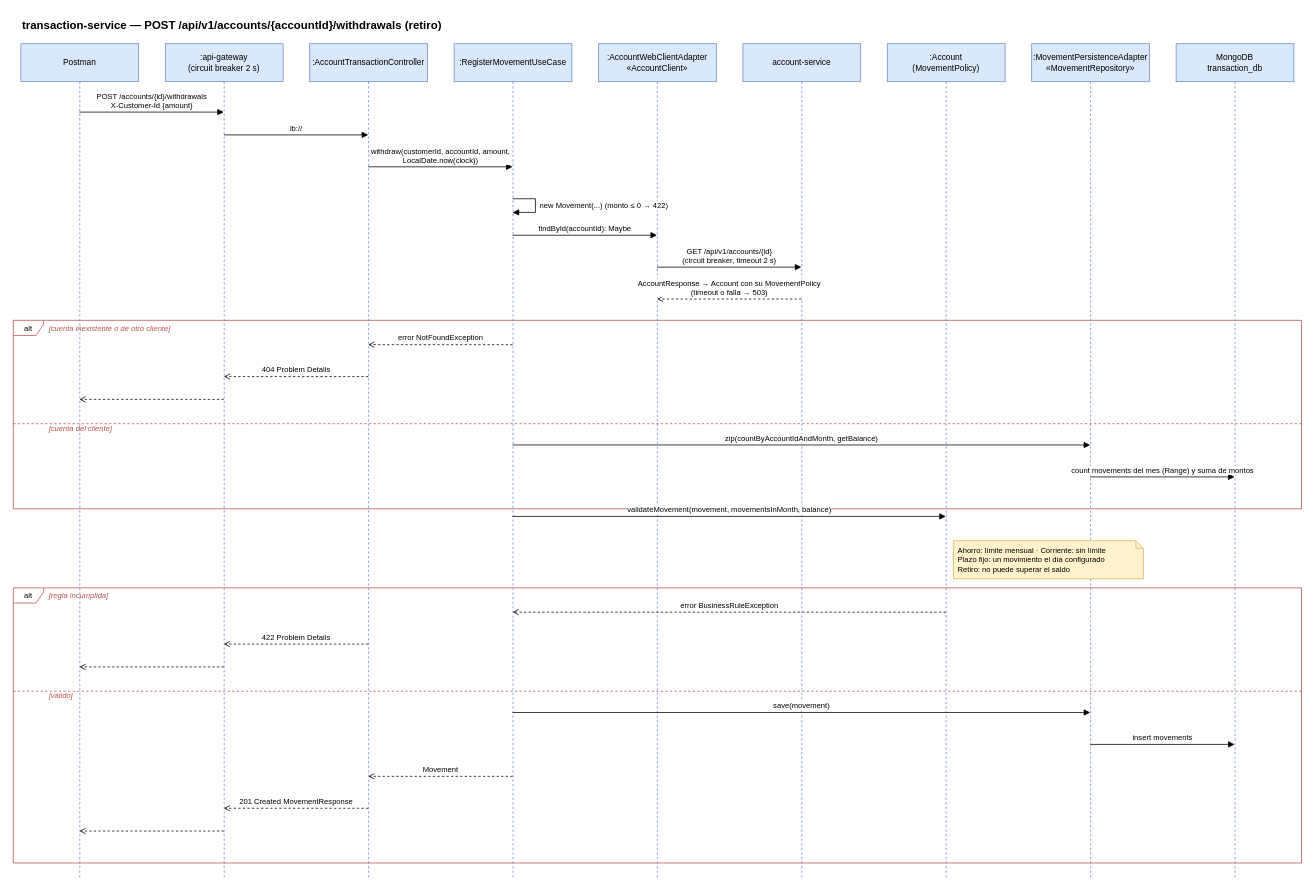
Earlier version of the draw.io diagram page "transaction-service — retiro" (4 of 5) of docs/diagrams/sequence-diagrams.drawio (kuroxbyte/bootcamp-bank-project-docs). Source tidied: cells renumbered, new cells numbered last; positions are measured from the earlier drawing's top-left corner, leaving out a move shared by most shapes. Both pictures are drawn from the tidied source at 76%, with x=0, y=0 at pixel (13, 13).
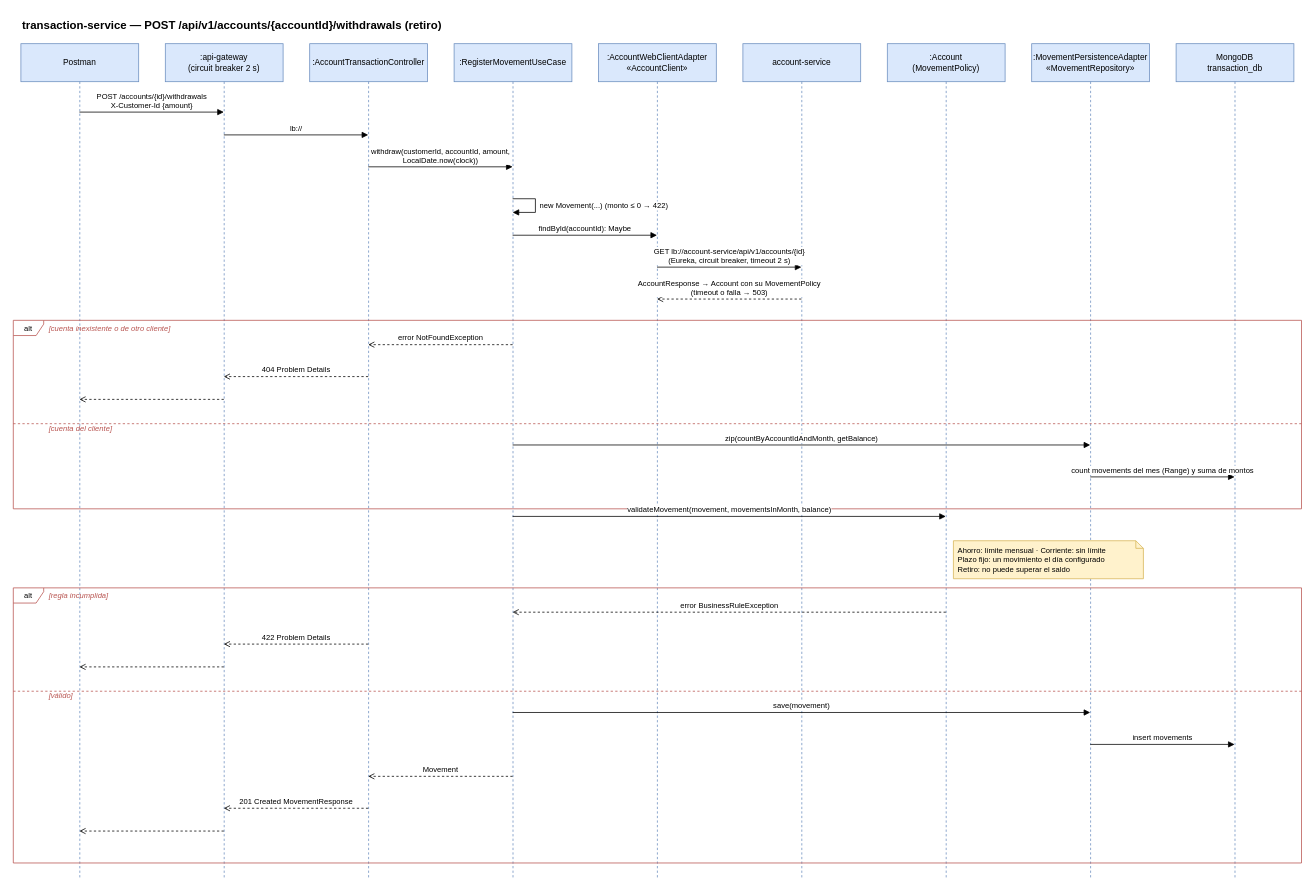
After the change.

Commit message (it also covers changes not shown here):
feat: resolver las llamadas entre servicios por Eureka en docker-compose

The edit, as a diff of the source:
```diff
@@
-    <mxCell id="25" value="GET /api/v1/accounts/{id}&lt;br&gt;(circuit breaker, timeout 2 s)" style="endArrow=block;endFill=1;html=1;rounded=0;fontSize=10;verticalAlign=bottom;labelBackgroundColor=#ffffff;" parent="1" edge="1">
+    <mxCell id="25" value="GET lb://account-service/api/v1/accounts/{id}&lt;br&gt;(Eureka, circuit breaker, timeout 2 s)" style="endArrow=block;endFill=1;html=1;rounded=0;fontSize=10;verticalAlign=bottom;labelBackgroundColor=#ffffff;" parent="1" edge="1">
       <mxGeometry relative="1" as="geometry">
         <mxPoint x="847" y="334" as="sourcePoint" />
         <mxPoint x="1037" y="334" as="targetPoint" />
       </mxGeometry>
     </mxCell>
```
